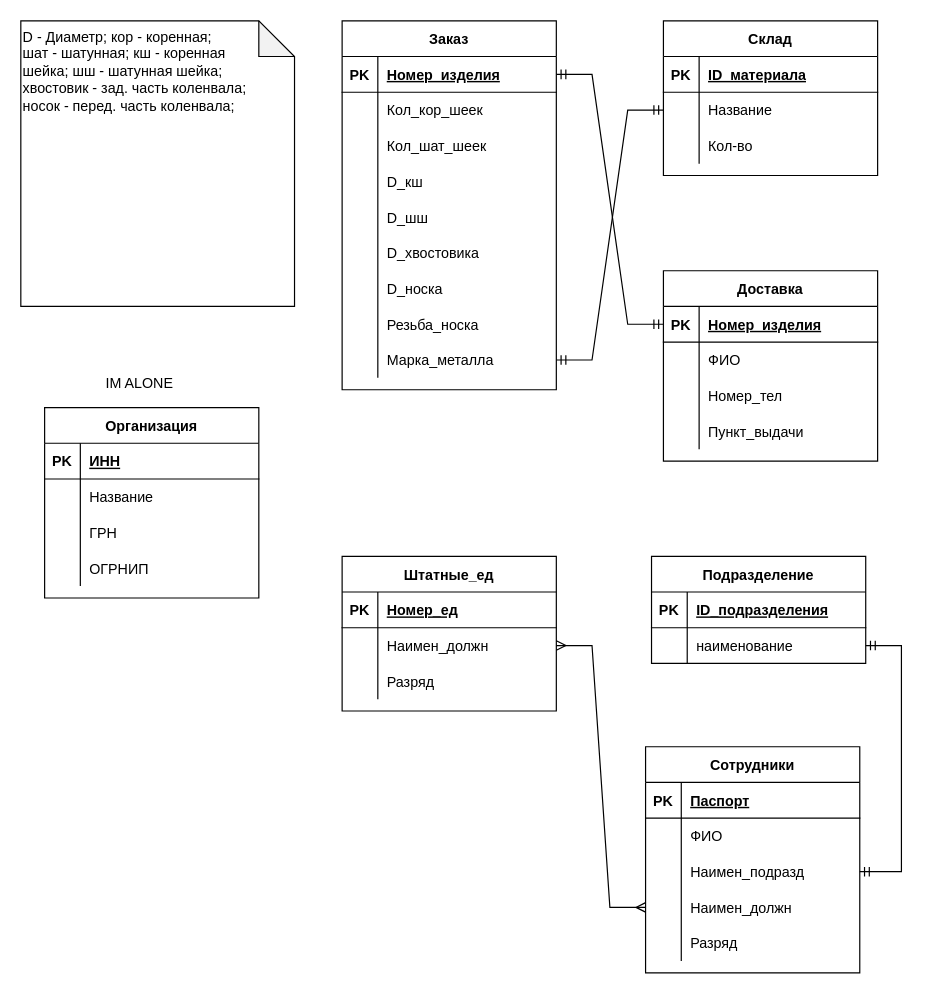
Above: db_diagram_0.drawio in UserPotato228/CrankshaftDB (draw.io), before the change. Source tidied: cells renumbered, new cells numbered last; positions are measured from the earlier drawing's top-left corner, leaving out a move shared by most shapes. Both pictures are drawn from the tidied source at 119%, with x=0, y=0 at pixel (20, 20).
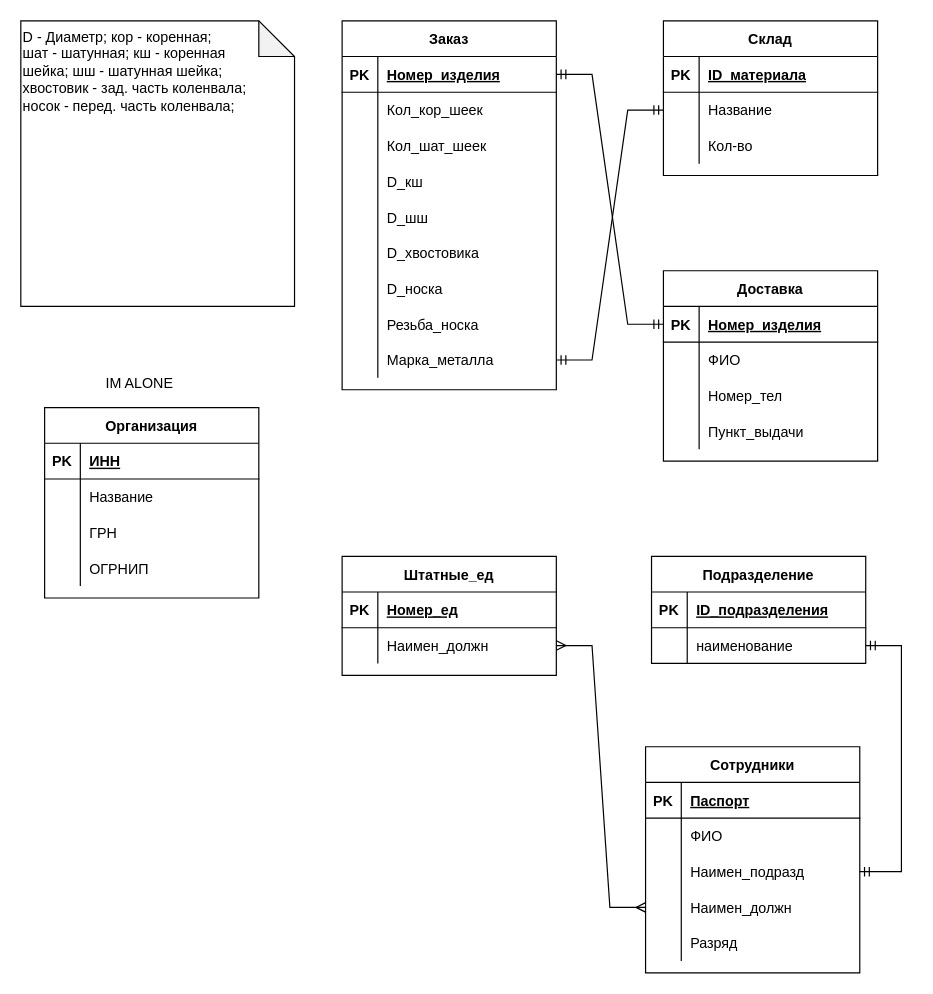
After the change.

Diff of the diagram source:
```diff
@@
     <mxCell id="69" value="Штатные_ед" style="shape=table;startSize=30;childLayout=tableLayout;rowLines=0;fontStyle=1;align=center;" parent="1" vertex="1">
-      <mxGeometry x="270" y="450" width="180" height="130" as="geometry" />
+      <mxGeometry x="270" y="450" width="180" height="100" as="geometry" />
     </mxCell>
@@
-    <mxCell id="76" style="shape=tableRow;horizontal=0;startSize=0;swimlaneHead=0;swimlaneBody=0;fillColor=none;top=0;left=0;right=0;bottom=0;" parent="69" vertex="1">
-      <mxGeometry y="90" width="180" height="30" as="geometry" />
-    </mxCell>
-    <mxCell id="77" style="shape=partialRectangle;fillColor=none;top=0;left=0;bottom=0;right=0;overflow=hidden;" parent="76" vertex="1">
-      <mxGeometry width="30" height="30" as="geometry" />
-    </mxCell>
-    <mxCell id="78" value="Разряд" style="shape=partialRectangle;fillColor=none;top=0;left=0;bottom=0;right=0;align=left;spacingLeft=6;overflow=hidden;" parent="76" vertex="1">
-      <mxGeometry x="30" width="150" height="30" as="geometry" />
-    </mxCell>
```
